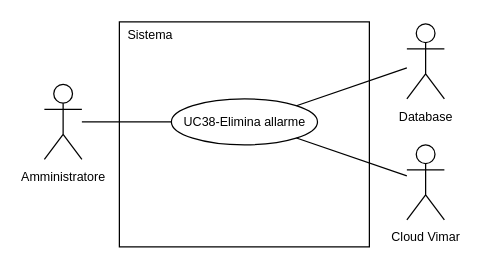
Before: 2-RTB/Documenti_esterni/Analisi_dei_requisiti/draw.io/UC38.drawio in SnakeByteTeam/snakebyteteam.github.io, a draw.io diagram. Source tidied: cells renumbered, new cells numbered last; positions are measured from the earlier drawing's top-left corner, leaving out a move shared by most shapes. Both pictures are drawn from the tidied source at 125%, with x=0, y=0 at pixel (44, 21).
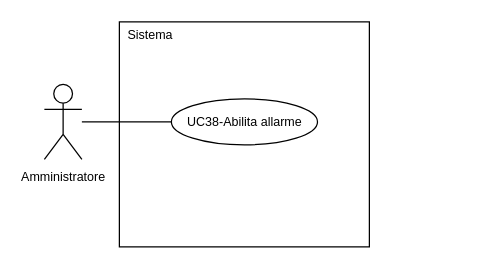
The same page after the edit.

The edit, as a diff of the source:
```diff
@@
 <mxGraphModel>
   <root>
     <mxCell id="0" />
     <mxCell id="1" parent="0" />
     <mxCell id="2" value="&lt;font style=&quot;font-size: 10px; line-height: 100%;&quot;&gt;Amministratore&lt;/font&gt;" style="shape=umlActor;verticalLabelPosition=bottom;verticalAlign=top;html=1;outlineConnect=0;" parent="1" vertex="1">
       <mxGeometry y="50" width="30" height="60" as="geometry" />
     </mxCell>
     <mxCell id="3" style="rounded=0;whiteSpace=wrap;html=1;" parent="1" vertex="1">
       <mxGeometry x="60" width="200" height="180" as="geometry" />
     </mxCell>
     <mxCell id="4" style="edgeStyle=orthogonalEdgeStyle;rounded=0;jettySize=auto;html=1;exitX=0;exitY=0.5;exitDx=0;exitDy=0;endArrow=none;endFill=0;" parent="1" edge="1" source="5" target="2">
       <mxGeometry relative="1" as="geometry" />
     </mxCell>
-    <mxCell id="5" value="&lt;div style=&quot;line-height: 100%;&quot;&gt;&lt;font style=&quot;line-height: 100%; font-size: 10px;&quot;&gt;UC38-Elimina&amp;nbsp;&lt;/font&gt;&lt;span style=&quot;font-size: 10px; background-color: transparent; color: light-dark(rgb(0, 0, 0), rgb(255, 255, 255));&quot;&gt;allarme&lt;/span&gt;&lt;/div&gt;" style="ellipse;whiteSpace=wrap;html=1;" parent="1" vertex="1">
+    <mxCell id="5" value="&lt;div style=&quot;line-height: 100%;&quot;&gt;&lt;font style=&quot;line-height: 100%; font-size: 10px;&quot;&gt;UC38-Abilita&amp;nbsp;&lt;/font&gt;&lt;span style=&quot;font-size: 10px; background-color: transparent; color: light-dark(rgb(0, 0, 0), rgb(255, 255, 255));&quot;&gt;allarme&lt;/span&gt;&lt;/div&gt;" style="ellipse;whiteSpace=wrap;html=1;" parent="1" vertex="1">
       <mxGeometry x="101.6" y="61.6" width="116.9" height="36.8" as="geometry" />
     </mxCell>
     <mxCell id="6" value="&lt;font style=&quot;font-size: 10px;&quot;&gt;Sistema&lt;/font&gt;" style="text;html=1;whiteSpace=wrap;strokeColor=none;fillColor=none;align=center;verticalAlign=middle;rounded=0;" parent="1" vertex="1">
       <mxGeometry x="60" width="50" height="20" as="geometry" />
     </mxCell>
-    <mxCell id="7" style="rounded=0;jettySize=auto;html=1;entryX=1;entryY=0;entryDx=0;entryDy=0;endArrow=none;endFill=0;" parent="1" edge="1" source="8" target="5">
-      <mxGeometry relative="1" as="geometry" />
-    </mxCell>
-    <mxCell id="8" value="&lt;font style=&quot;font-size: 10px; line-height: 100%;&quot;&gt;Database&lt;/font&gt;" style="shape=umlActor;verticalLabelPosition=bottom;verticalAlign=top;html=1;outlineConnect=0;" parent="1" vertex="1">
-      <mxGeometry x="290" y="1.6" width="30" height="60" as="geometry" />
-    </mxCell>
-    <mxCell id="9" style="rounded=0;jettySize=auto;html=1;entryX=1;entryY=1;entryDx=0;entryDy=0;endArrow=none;endFill=0;" parent="1" edge="1" source="10" target="5">
-      <mxGeometry relative="1" as="geometry" />
-    </mxCell>
-    <mxCell id="10" value="&lt;span style=&quot;font-size: 10px;&quot;&gt;Cloud Vimar&lt;/span&gt;" style="shape=umlActor;verticalLabelPosition=bottom;verticalAlign=top;html=1;outlineConnect=0;" parent="1" vertex="1">
-      <mxGeometry x="290" y="98.4" width="30" height="60" as="geometry" />
-    </mxCell>
   </root>
 </mxGraphModel>
```
